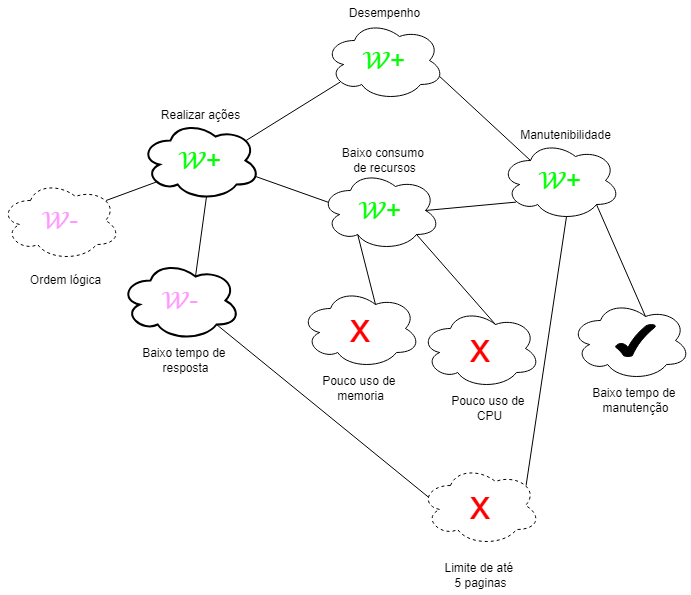
The draw.io diagram docs/imagens/NFR/NFRDesempenhoPropagacao.png in Requisitos-de-Software/2024.2-MeuINSS, before a commit. Source tidied: cells renumbered, new cells last; positions are measured from the earlier drawing's top-left corner, leaving out a move shared by most shapes.
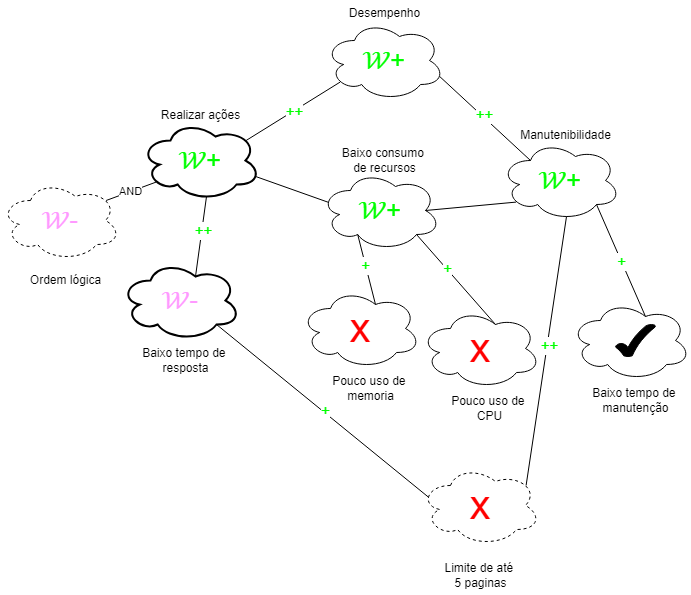
Later version of the same file.

Commit message:
fix: diagramas NFR Desempenho

The edit, as a diff of the source:
```diff
@@ -17,9 +17,15 @@
     <mxCell id="6" style="endArrow=none;html=1;rounded=0;exitX=0.88;exitY=0.25;exitDx=0;exitDy=0;exitPerimeter=0;entryX=0.13;entryY=0.77;entryDx=0;entryDy=0;entryPerimeter=0;endFill=0;" parent="1" edge="1" source="8" target="2">
       <mxGeometry relative="1" as="geometry" />
     </mxCell>
+    <mxCell id="34" value="&lt;font color=&quot;#00ff00&quot; style=&quot;font-size: 15px;&quot;&gt;++&lt;/font&gt;" style="edgeLabel;html=1;align=center;verticalAlign=middle;" parent="6" vertex="1">
+      <mxGeometry x="0.01" relative="1" as="geometry" />
+    </mxCell>
     <mxCell id="7" style="endArrow=none;html=1;rounded=0;entryX=0.96;entryY=0.7;entryDx=0;entryDy=0;entryPerimeter=0;exitX=0.25;exitY=0.25;exitDx=0;exitDy=0;exitPerimeter=0;endFill=0;" parent="1" edge="1" source="4" target="2">
       <mxGeometry relative="1" as="geometry" />
     </mxCell>
+    <mxCell id="35" value="&lt;font color=&quot;#00ff00&quot; style=&quot;font-size: 15px;&quot;&gt;++&lt;/font&gt;" style="edgeLabel;html=1;align=center;verticalAlign=middle;" parent="7" vertex="1">
+      <mxGeometry x="0.07" y="-3" relative="1" as="geometry" />
+    </mxCell>
     <mxCell id="8" value="&lt;span style=&quot;color: rgb(0, 255, 0); font-size: 26px;&quot;&gt;𝒲+&lt;/span&gt;" style="ellipse;shape=cloud;whiteSpace=wrap;html=1;strokeWidth=2;" parent="1" vertex="1">
       <mxGeometry x="140" y="120" width="120" height="80" as="geometry" />
     </mxCell>
@@ -53,6 +59,9 @@
     <mxCell id="18" style="endArrow=none;html=1;rounded=0;exitX=0.625;exitY=0.2;exitDx=0;exitDy=0;exitPerimeter=0;entryX=0.55;entryY=0.95;entryDx=0;entryDy=0;entryPerimeter=0;endFill=0;" parent="1" edge="1" source="12" target="8">
       <mxGeometry relative="1" as="geometry" />
     </mxCell>
+    <mxCell id="36" value="&lt;font color=&quot;#00ff00&quot; style=&quot;font-size: 15px;&quot;&gt;++&lt;/font&gt;" style="edgeLabel;html=1;align=center;verticalAlign=middle;" parent="18" vertex="1">
+      <mxGeometry x="0.17" y="-1" relative="1" as="geometry" />
+    </mxCell>
     <mxCell id="19" style="endArrow=none;html=1;rounded=0;entryX=0.13;entryY=0.77;entryDx=0;entryDy=0;entryPerimeter=0;exitX=0.875;exitY=0.5;exitDx=0;exitDy=0;exitPerimeter=0;endFill=0;" parent="1" edge="1" source="13" target="4">
       <mxGeometry relative="1" as="geometry" />
     </mxCell>
@@ -62,17 +71,28 @@
     <mxCell id="21" style="endArrow=none;html=1;rounded=0;entryX=0.8;entryY=0.8;entryDx=0;entryDy=0;entryPerimeter=0;exitX=0.07;exitY=0.4;exitDx=0;exitDy=0;exitPerimeter=0;endFill=0;" parent="1" edge="1" source="15" target="12">
       <mxGeometry relative="1" as="geometry" />
     </mxCell>
+    <mxCell id="37" value="&lt;font color=&quot;#00ff00&quot;&gt;&lt;span style=&quot;font-size: 16px;&quot;&gt;+&lt;/span&gt;&lt;/font&gt;" style="edgeLabel;html=1;align=center;verticalAlign=middle;" parent="21" vertex="1">
+      <mxGeometry y="-2" relative="1" as="geometry">
+        <mxPoint x="1" as="offset" />
+      </mxGeometry>
+    </mxCell>
     <mxCell id="22" style="endArrow=none;html=1;rounded=0;entryX=0.55;entryY=0.95;entryDx=0;entryDy=0;entryPerimeter=0;exitX=0.88;exitY=0.25;exitDx=0;exitDy=0;exitPerimeter=0;endFill=0;" parent="1" edge="1" source="15" target="4">
       <mxGeometry relative="1" as="geometry" />
     </mxCell>
+    <mxCell id="38" value="&lt;font color=&quot;#00ff00&quot; style=&quot;font-size: 15px;&quot;&gt;++&lt;/font&gt;" style="edgeLabel;html=1;align=center;verticalAlign=middle;" parent="22" vertex="1">
+      <mxGeometry x="0.05" y="-2" relative="1" as="geometry" />
+    </mxCell>
     <mxCell id="23" style="endArrow=none;html=1;rounded=0;entryX=0.8;entryY=0.8;entryDx=0;entryDy=0;entryPerimeter=0;exitX=0.625;exitY=0.2;exitDx=0;exitDy=0;exitPerimeter=0;endFill=0;" parent="1" edge="1" source="10" target="4">
       <mxGeometry relative="1" as="geometry" />
     </mxCell>
+    <mxCell id="39" value="&lt;font color=&quot;#00ff00&quot; style=&quot;font-size: 15px;&quot;&gt;+&lt;/font&gt;" style="edgeLabel;html=1;align=center;verticalAlign=middle;" parent="23" vertex="1">
+      <mxGeometry relative="1" as="geometry" />
+    </mxCell>
     <mxCell id="24" value="&lt;span style=&quot;color: rgb(255, 0, 0); font-size: 42px;&quot;&gt;x&lt;/span&gt;" style="ellipse;shape=cloud;whiteSpace=wrap;html=1;" parent="1" vertex="1">
       <mxGeometry x="300" y="288" width="120" height="80" as="geometry" />
     </mxCell>
     <mxCell id="25" value="Pouco uso de&amp;nbsp;&lt;div&gt;memoria&lt;/div&gt;" style="text;html=1;align=center;verticalAlign=middle;strokeColor=none;fillColor=none;" parent="1" vertex="1">
-      <mxGeometry x="310" y="368" width="100" height="40" as="geometry" />
+      <mxGeometry x="320" y="368" width="100" height="40" as="geometry" />
     </mxCell>
     <mxCell id="26" value="&lt;font color=&quot;#ff0000&quot; style=&quot;font-size: 42px;&quot;&gt;x&lt;/font&gt;" style="ellipse;shape=cloud;whiteSpace=wrap;html=1;" parent="1" vertex="1">
       <mxGeometry x="420" y="308" width="120" height="80" as="geometry" />
@@ -83,9 +103,15 @@
     <mxCell id="28" style="endArrow=none;html=1;rounded=0;entryX=0.8;entryY=0.8;entryDx=0;entryDy=0;entryPerimeter=0;exitX=0.625;exitY=0.2;exitDx=0;exitDy=0;exitPerimeter=0;endFill=0;" parent="1" edge="1" source="26" target="13">
       <mxGeometry relative="1" as="geometry" />
     </mxCell>
+    <mxCell id="40" value="&lt;font style=&quot;font-size: 15px;&quot; color=&quot;#00ff00&quot;&gt;+&lt;/font&gt;" style="edgeLabel;html=1;align=center;verticalAlign=middle;" parent="28" vertex="1">
+      <mxGeometry x="0.24" y="-1" relative="1" as="geometry" />
+    </mxCell>
     <mxCell id="29" style="endArrow=none;html=1;rounded=0;entryX=0.31;entryY=0.8;entryDx=0;entryDy=0;entryPerimeter=0;exitX=0.625;exitY=0.2;exitDx=0;exitDy=0;exitPerimeter=0;endFill=0;" parent="1" edge="1" source="24" target="13">
       <mxGeometry relative="1" as="geometry" />
     </mxCell>
+    <mxCell id="41" value="&lt;font color=&quot;#00ff00&quot; style=&quot;font-size: 15px;&quot;&gt;+&lt;/font&gt;" style="edgeLabel;html=1;align=center;verticalAlign=middle;" parent="29" vertex="1">
+      <mxGeometry x="0.13" relative="1" as="geometry" />
+    </mxCell>
     <mxCell id="30" value="&lt;span style=&quot;font-size: 26px;&quot;&gt;&lt;font color=&quot;#ff99ff&quot;&gt;𝒲-&lt;/font&gt;&lt;/span&gt;" style="ellipse;shape=cloud;whiteSpace=wrap;html=1;dashed=1;" parent="1" vertex="1">
       <mxGeometry y="180" width="120" height="80" as="geometry" />
     </mxCell>
@@ -95,6 +121,9 @@
     <mxCell id="32" style="endArrow=none;html=1;rounded=0;exitX=0.88;exitY=0.25;exitDx=0;exitDy=0;exitPerimeter=0;entryX=0.13;entryY=0.77;entryDx=0;entryDy=0;entryPerimeter=0;endFill=0;" parent="1" edge="1" source="30" target="8">
       <mxGeometry relative="1" as="geometry" />
     </mxCell>
+    <mxCell id="42" value="AND" style="edgeLabel;html=1;align=center;verticalAlign=middle;" parent="32" vertex="1">
+      <mxGeometry x="-0.02" y="1" relative="1" as="geometry" />
+    </mxCell>
     <mxCell id="33" style="verticalLabelPosition=bottom;verticalAlign=top;html=1;shape=mxgraph.basic.tick;fillStyle=auto;gradientDirection=radial;fillColor=#000000;" parent="1" vertex="1">
       <mxGeometry x="615" y="323.8" width="40" height="32.5" as="geometry" />
     </mxCell>
```
